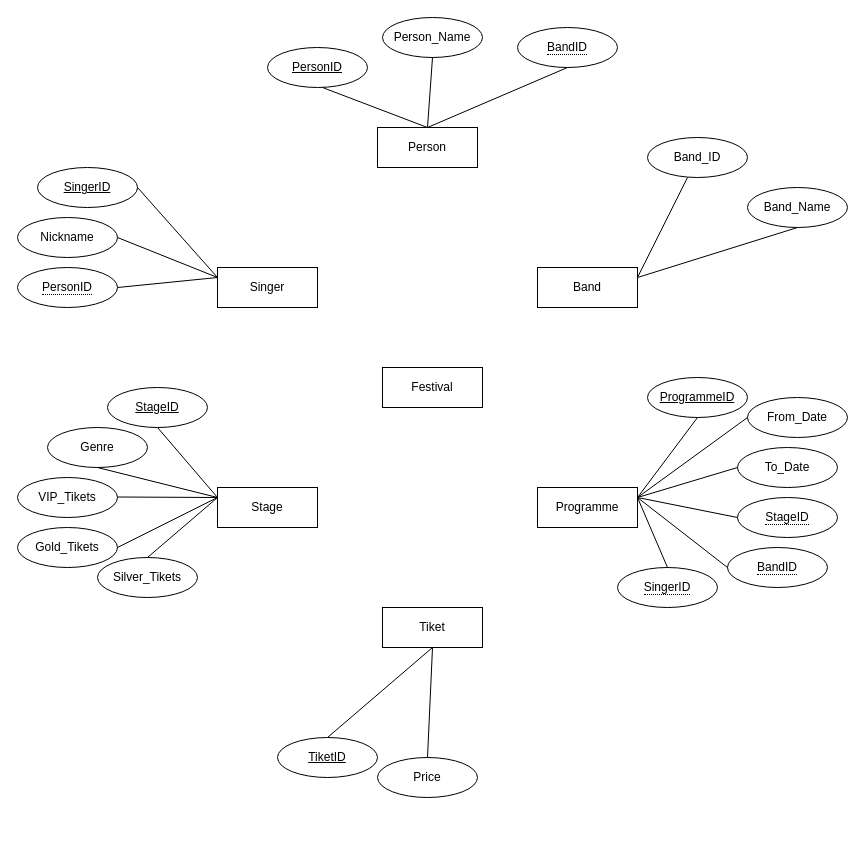
Above: Diagram/Untitled Diagram.drawio in kapusztamarius/OnlineFestival (draw.io), before the change. Source tidied: cells renumbered, new cells numbered last; positions are measured from the earlier drawing's top-left corner, leaving out a move shared by most shapes. Both pictures are drawn from the tidied source at 100%, with x=0, y=0 at pixel (17, 17).
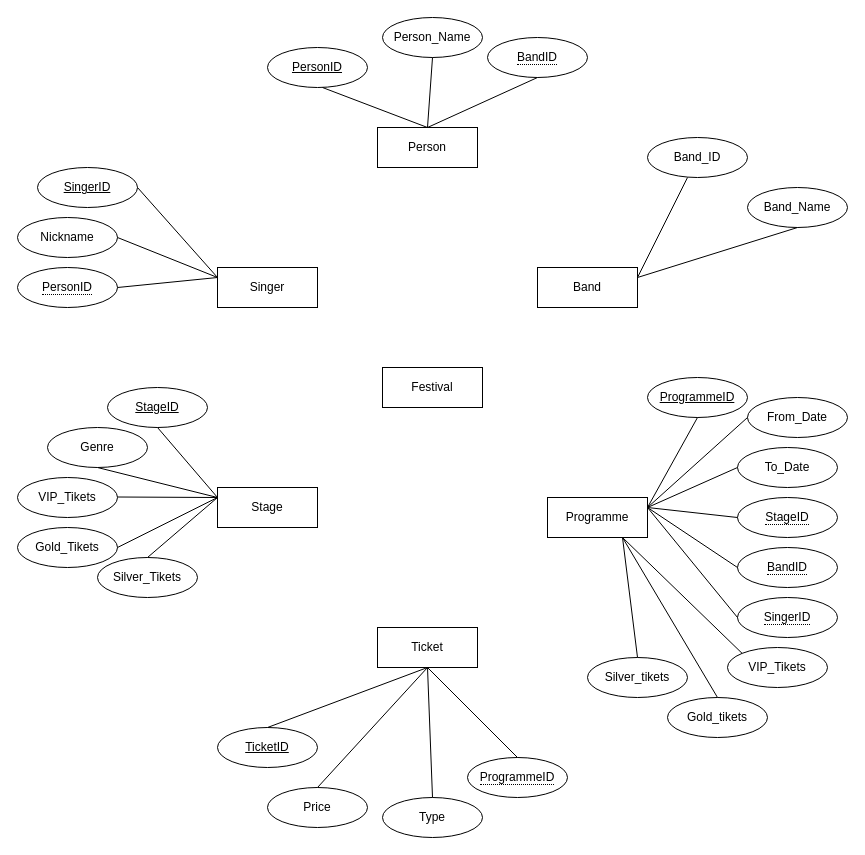
After the change.

Change to the diagram source:
```diff
@@
-    <mxCell id="7" value="Tiket" style="whiteSpace=wrap;html=1;align=center;" parent="1" vertex="1">
-      <mxGeometry x="365" y="590" width="100" height="40" as="geometry" />
+    <mxCell id="7" value="Ticket" style="whiteSpace=wrap;html=1;align=center;" parent="1" vertex="1">
+      <mxGeometry x="360" y="610" width="100" height="40" as="geometry" />
     </mxCell>
@@
-    <mxCell id="14" value="TiketID" style="ellipse;whiteSpace=wrap;html=1;align=center;fontStyle=4;" parent="1" vertex="1">
-      <mxGeometry x="260" y="720" width="100" height="40" as="geometry" />
+    <mxCell id="14" value="TicketID" style="ellipse;whiteSpace=wrap;html=1;align=center;fontStyle=4;" parent="1" vertex="1">
+      <mxGeometry x="200" y="710" width="100" height="40" as="geometry" />
     </mxCell>
     <mxCell id="15" value="Price" style="ellipse;whiteSpace=wrap;html=1;align=center;" parent="1" vertex="1">
-      <mxGeometry x="360" y="740" width="100" height="40" as="geometry" />
+      <mxGeometry x="250" y="770" width="100" height="40" as="geometry" />
     </mxCell>
@@
     <mxCell id="30" value="&lt;span style=&quot;border-bottom: 1px dotted&quot;&gt;BandID&lt;/span&gt;" style="ellipse;whiteSpace=wrap;html=1;align=center;" parent="1" vertex="1">
-      <mxGeometry x="500" y="10" width="100" height="40" as="geometry" />
+      <mxGeometry x="470" y="20" width="100" height="40" as="geometry" />
     </mxCell>
@@
     <mxCell id="39" value="Programme" style="whiteSpace=wrap;html=1;align=center;" parent="1" vertex="1">
-      <mxGeometry x="520" y="470" width="100" height="40" as="geometry" />
+      <mxGeometry x="530" y="480" width="100" height="40" as="geometry" />
     </mxCell>
@@
     <mxCell id="42" value="&lt;span style=&quot;border-bottom: 1px dotted&quot;&gt;BandID&lt;/span&gt;" style="ellipse;whiteSpace=wrap;html=1;align=center;" parent="1" vertex="1">
-      <mxGeometry x="710" y="530" width="100" height="40" as="geometry" />
+      <mxGeometry x="720" y="530" width="100" height="40" as="geometry" />
     </mxCell>
     <mxCell id="43" value="&lt;span style=&quot;border-bottom: 1px dotted&quot;&gt;SingerID&lt;/span&gt;" style="ellipse;whiteSpace=wrap;html=1;align=center;" parent="1" vertex="1">
-      <mxGeometry x="600" y="550" width="100" height="40" as="geometry" />
+      <mxGeometry x="720" y="580" width="100" height="40" as="geometry" />
     </mxCell>
@@
-    <mxCell id="48" style="endArrow=none;html=1;rounded=0;exitX=1;exitY=0.25;exitDx=0;exitDy=0;entryX=0.5;entryY=0;entryDx=0;entryDy=0;" parent="1" edge="1" source="39" target="43">
+    <mxCell id="48" style="endArrow=none;html=1;rounded=0;exitX=1;exitY=0.25;exitDx=0;exitDy=0;entryX=0;entryY=0.5;entryDx=0;entryDy=0;" parent="1" edge="1" source="39" target="43">
       <mxGeometry relative="1" as="geometry" />
     </mxCell>
@@
+    <mxCell id="51" value="VIP_Tikets" style="ellipse;whiteSpace=wrap;html=1;align=center;" parent="1" vertex="1">
+      <mxGeometry x="710" y="630" width="100" height="40" as="geometry" />
+    </mxCell>
+    <mxCell id="52" value="Gold_tikets" style="ellipse;whiteSpace=wrap;html=1;align=center;" parent="1" vertex="1">
+      <mxGeometry x="650" y="680" width="100" height="40" as="geometry" />
+    </mxCell>
+    <mxCell id="53" value="Silver_tikets" style="ellipse;whiteSpace=wrap;html=1;align=center;" parent="1" vertex="1">
+      <mxGeometry x="570" y="640" width="100" height="40" as="geometry" />
+    </mxCell>
+    <mxCell id="54" style="endArrow=none;html=1;rounded=0;entryX=0.5;entryY=0;entryDx=0;entryDy=0;exitX=0.75;exitY=1;exitDx=0;exitDy=0;" parent="1" edge="1" source="39" target="53">
+      <mxGeometry relative="1" as="geometry" />
+    </mxCell>
+    <mxCell id="55" style="endArrow=none;html=1;rounded=0;entryX=0.5;entryY=0;entryDx=0;entryDy=0;exitX=0.75;exitY=1;exitDx=0;exitDy=0;" parent="1" edge="1" source="39" target="52">
+      <mxGeometry relative="1" as="geometry" />
+    </mxCell>
+    <mxCell id="56" style="endArrow=none;html=1;rounded=0;entryX=0;entryY=0;entryDx=0;entryDy=0;exitX=0.75;exitY=1;exitDx=0;exitDy=0;" parent="1" edge="1" source="39" target="51">
+      <mxGeometry relative="1" as="geometry" />
+    </mxCell>
+    <mxCell id="57" value="Type" style="ellipse;whiteSpace=wrap;html=1;align=center;" parent="1" vertex="1">
+      <mxGeometry x="365" y="780" width="100" height="40" as="geometry" />
+    </mxCell>
+    <mxCell id="58" value="&lt;span style=&quot;border-bottom: 1px dotted&quot;&gt;ProgrammeID&lt;/span&gt;" style="ellipse;whiteSpace=wrap;html=1;align=center;" parent="1" vertex="1">
+      <mxGeometry x="450" y="740" width="100" height="40" as="geometry" />
+    </mxCell>
+    <mxCell id="59" style="endArrow=none;html=1;rounded=0;entryX=0.5;entryY=0;entryDx=0;entryDy=0;exitX=0.5;exitY=1;exitDx=0;exitDy=0;" parent="1" edge="1" source="7" target="57">
+      <mxGeometry relative="1" as="geometry" />
+    </mxCell>
+    <mxCell id="60" style="endArrow=none;html=1;rounded=0;entryX=0.5;entryY=0;entryDx=0;entryDy=0;exitX=0.5;exitY=1;exitDx=0;exitDy=0;" parent="1" edge="1" source="7" target="58">
+      <mxGeometry relative="1" as="geometry" />
+    </mxCell>
```
